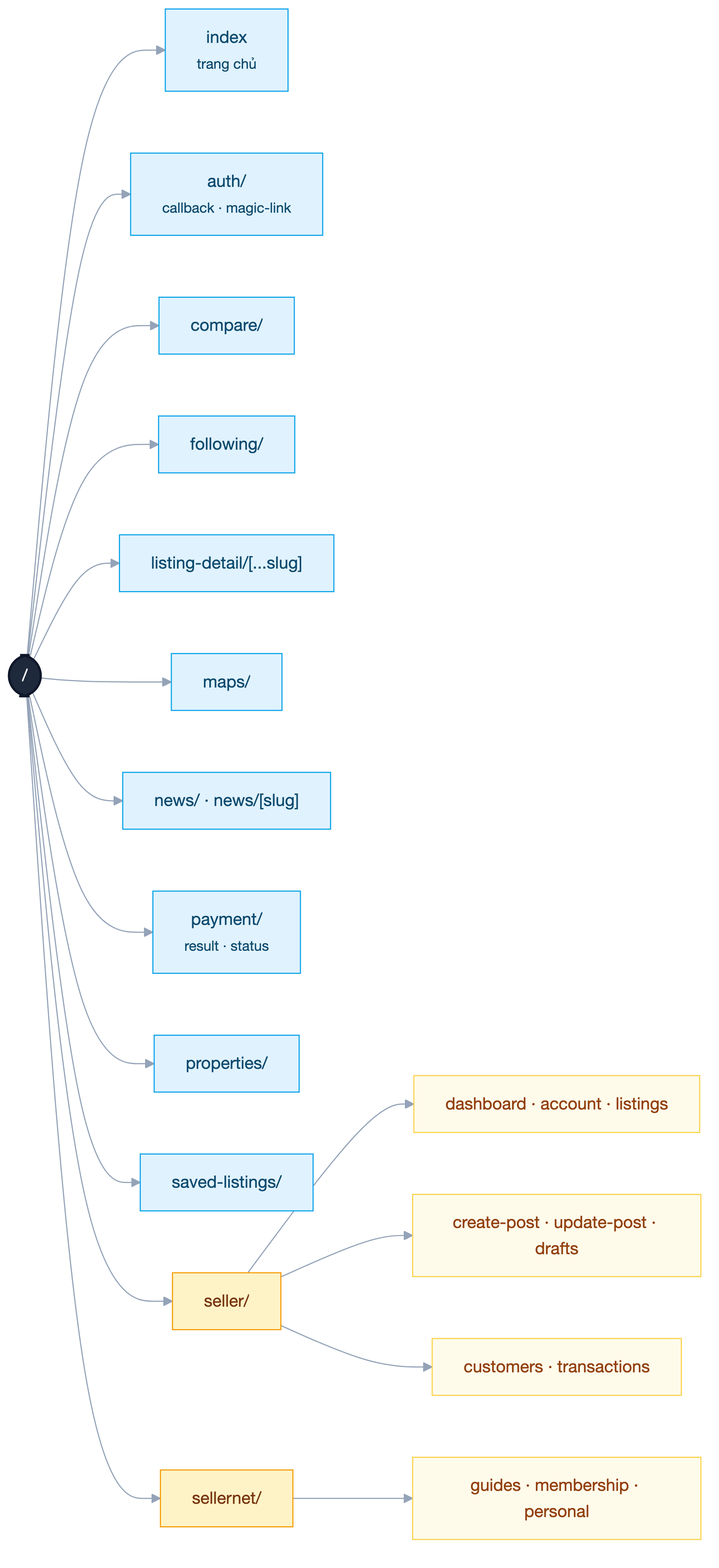
This is diagrams/fe/png/06-routing.png from huynhtranty/smartrent-report, a Mermaid export, as it was before one commit. Its source is kept beside it as diagrams/fe/src/06-routing.mmd.
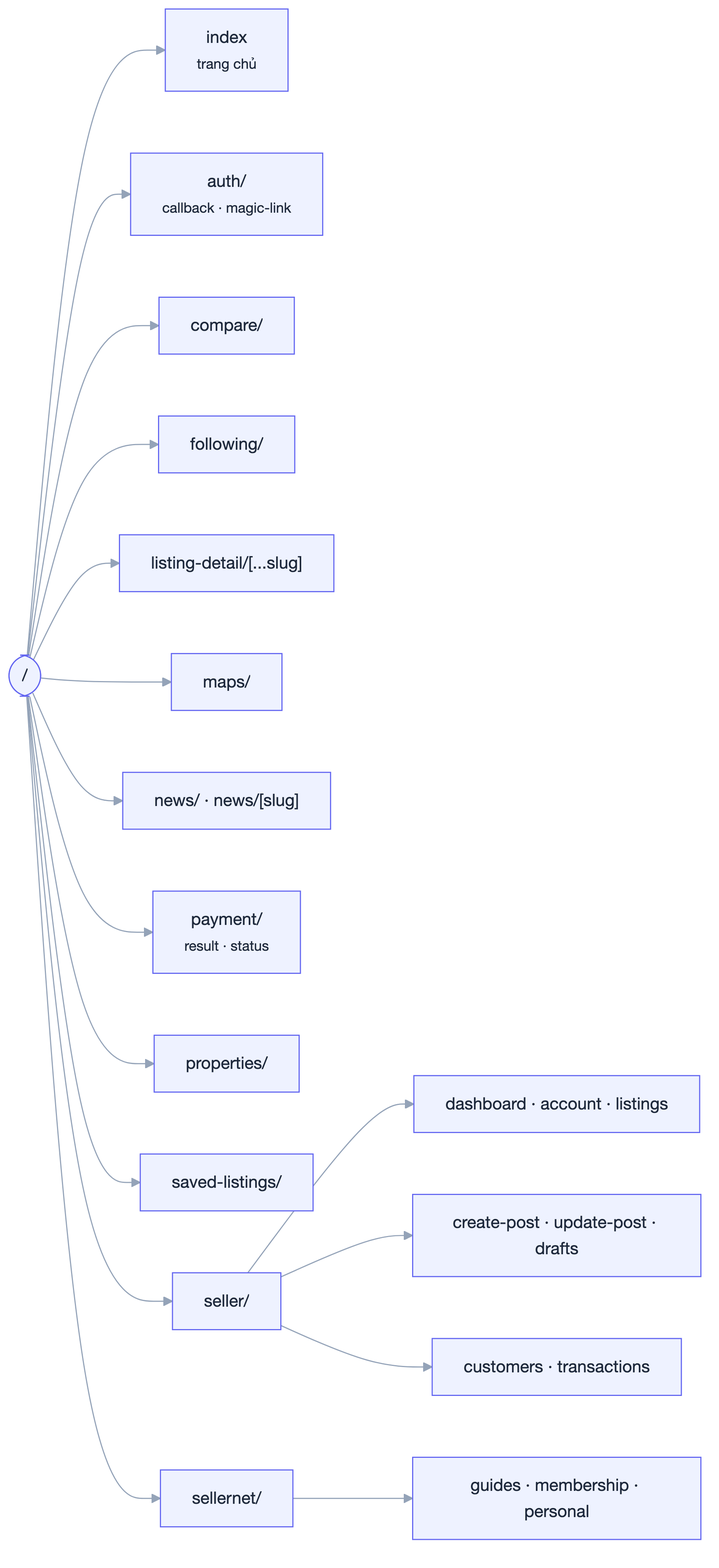
After the change.

The edit, as a diff of the source:
```diff
@@ -16,12 +16,3 @@
  seller --> s3["customers · transactions"]
  root --> snet["sellernet/"]
  snet --> n1["guides · membership · personal"]
-
- classDef root fill:#1e293b,stroke:#0f172a,color:#f8fafc,stroke-width:2px
- classDef pub fill:#e0f2fe,stroke:#0ea5e9,color:#0c4a6e
- classDef sell fill:#fef3c7,stroke:#f59e0b,color:#78350f
- classDef sub fill:#fffbeb,stroke:#fcd34d,color:#92400e
- class root root
- class home,auth,compare,following,detail,maps,news,payment,props,saved pub
- class seller,snet sell
- class s1,s2,s3,n1 sub
```
